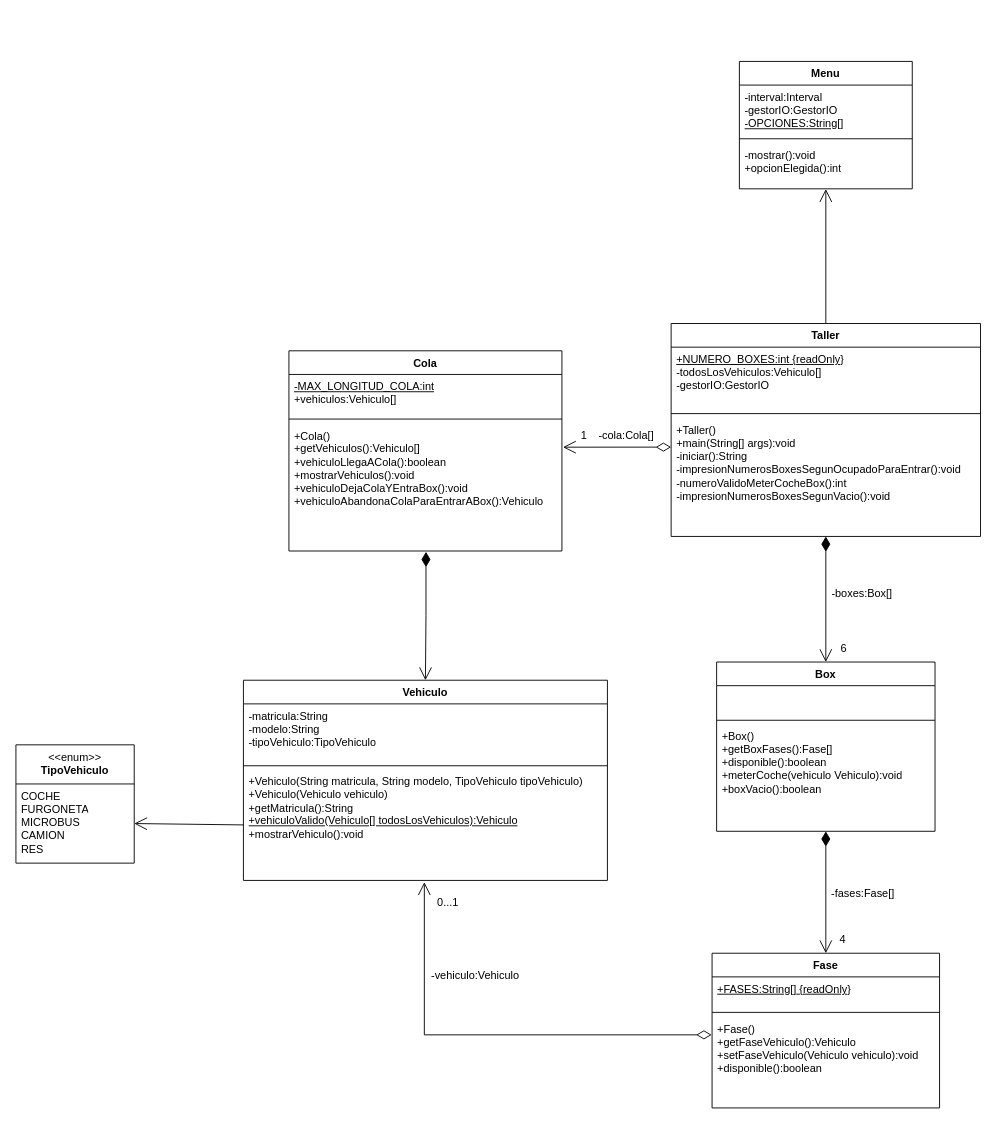
Above: programacion/UD7 - Introducción a la Programación Orientada a Objetos/U7Activitat3ARS/U7Activitat3ARS.drawio in albertorekena/daw-repo (draw.io), before the change. Source tidied: cells renumbered, new cells numbered last; positions are measured from the earlier drawing's top-left corner, leaving out a move shared by most shapes. Both pictures are drawn from the tidied source at 91%, with x=0, y=0 at pixel (15, 61).
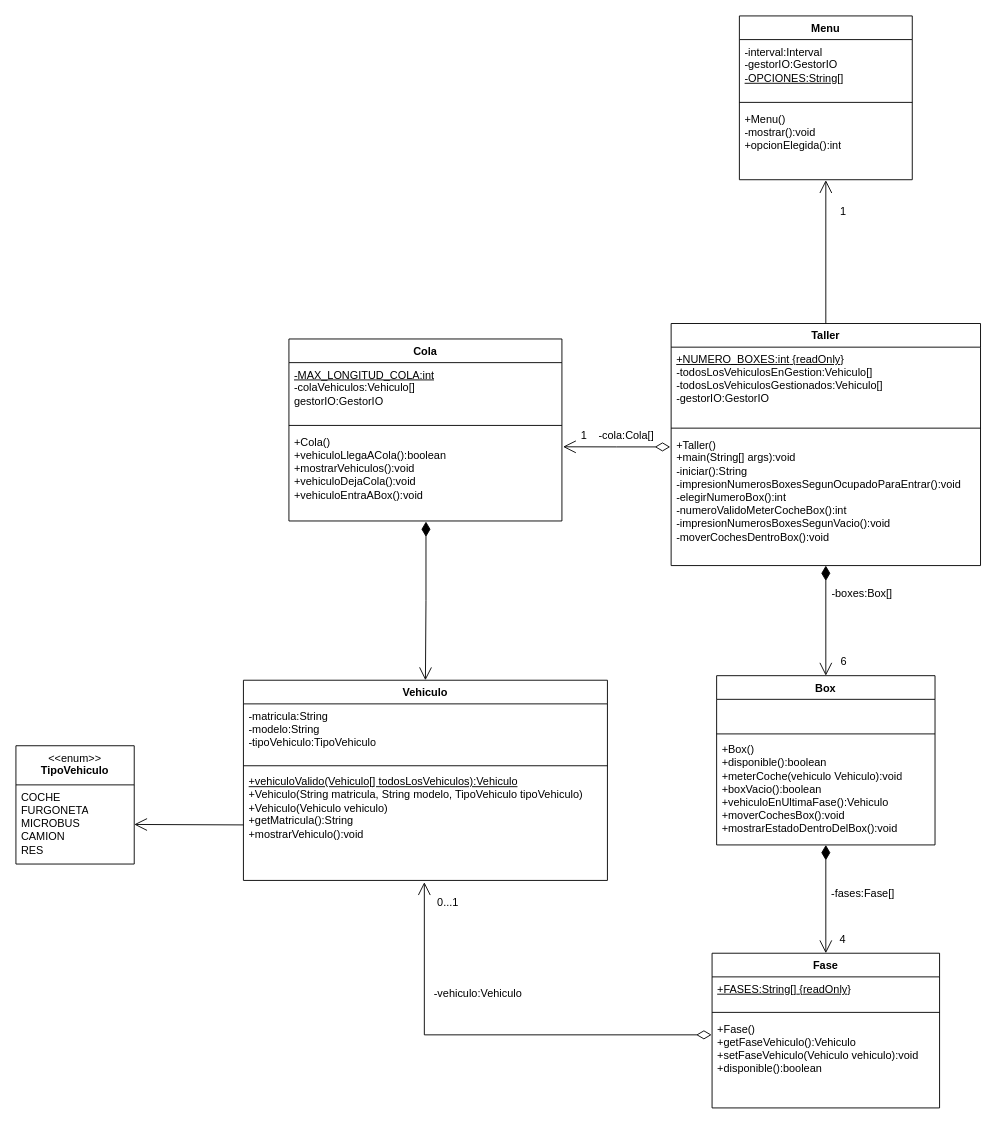
After the change.

Unchanged cells that the change refers to:
```xml
<mxCell id="17" value="Vehiculo" style="swimlane;fontStyle=1;align=center;verticalAlign=top;horizontal=1;startSize=26;whiteSpace=wrap;html=1;" parent="1" vertex="1">
  <mxGeometry x="250" y="680" width="400" height="220" as="geometry" />
</mxCell>
```

Diff of the diagram source:
```diff
@@
     <mxCell id="2" value="&lt;span style=&quot;font-weight: normal;&quot;&gt;&amp;lt;&amp;lt;enum&amp;gt;&amp;gt;&lt;br&gt;&lt;/span&gt;TipoVehiculo" style="swimlane;fontStyle=1;align=center;verticalAlign=top;horizontal=1;startSize=43;whiteSpace=wrap;html=1;" parent="1" vertex="1">
-      <mxGeometry y="751" width="130" height="130" as="geometry" />
+      <mxGeometry y="752" width="130" height="130" as="geometry" />
     </mxCell>
@@
     <mxCell id="9" value="Cola" style="swimlane;fontStyle=1;align=center;verticalAlign=top;horizontal=1;startSize=26;whiteSpace=wrap;html=1;" parent="1" vertex="1">
-      <mxGeometry x="300" y="318" width="300" height="220" as="geometry" />
+      <mxGeometry x="300" y="305" width="300" height="200" as="geometry" />
     </mxCell>
-    <mxCell id="10" value="&lt;u style=&quot;border-color: var(--border-color);&quot;&gt;-MAX_LONGITUD_COLA:int&lt;/u&gt;&lt;br&gt;+vehiculos:Vehiculo[]&lt;u&gt;&lt;br&gt;&lt;/u&gt;" style="text;strokeColor=none;fillColor=none;align=left;verticalAlign=top;spacingLeft=4;spacingRight=4;overflow=hidden;whiteSpace=wrap;html=1;" parent="9" vertex="1">
-      <mxGeometry y="26" width="300" height="44" as="geometry" />
+    <mxCell id="10" value="&lt;u style=&quot;border-color: var(--border-color);&quot;&gt;-MAX_LONGITUD_COLA:int&lt;/u&gt;&lt;br&gt;-colaVehiculos:Vehiculo[]&lt;br&gt;gestorIO:GestorIO&lt;u&gt;&lt;br&gt;&lt;/u&gt;" style="text;strokeColor=none;fillColor=none;align=left;verticalAlign=top;spacingLeft=4;spacingRight=4;overflow=hidden;whiteSpace=wrap;html=1;" parent="9" vertex="1">
+      <mxGeometry y="26" width="300" height="64" as="geometry" />
     </mxCell>
     <mxCell id="11" style="line;strokeWidth=1;fillColor=none;align=left;verticalAlign=middle;spacingTop=-1;spacingLeft=3;spacingRight=3;labelPosition=right;strokeColor=inherit;" parent="9" vertex="1">
-      <mxGeometry y="70" width="300" height="10" as="geometry" />
+      <mxGeometry y="90" width="300" height="10" as="geometry" />
     </mxCell>
-    <mxCell id="12" value="+Cola()&lt;br&gt;+getVehiculos():Vehiculo[]&lt;br&gt;+vehiculoLlegaACola():boolean&lt;br&gt;+mostrarVehiculos():void&lt;br&gt;+vehiculoDejaColaYEntraBox():void&lt;br&gt;+vehiculoAbandonaColaParaEntrarABox&lt;span style=&quot;background-color: initial;&quot;&gt;():Vehiculo&lt;/span&gt;" style="text;strokeColor=none;fillColor=none;align=left;verticalAlign=top;spacingLeft=4;spacingRight=4;overflow=hidden;points=[[0,0.5],[1,0.5]];portConstraint=eastwest;whiteSpace=wrap;html=1;" parent="9" vertex="1">
-      <mxGeometry y="80" width="300" height="140" as="geometry" />
+    <mxCell id="12" value="+Cola()&lt;br&gt;+vehiculoLlegaACola():boolean&lt;br&gt;+mostrarVehiculos():void&lt;br&gt;+vehiculoDejaCola():void&lt;br&gt;+vehiculoEntraABox():void" style="text;strokeColor=none;fillColor=none;align=left;verticalAlign=top;spacingLeft=4;spacingRight=4;overflow=hidden;points=[[0,0.5],[1,0.5]];portConstraint=eastwest;whiteSpace=wrap;html=1;" parent="9" vertex="1">
+      <mxGeometry y="100" width="300" height="100" as="geometry" />
     </mxCell>
     <mxCell id="13" value="Box" style="swimlane;fontStyle=1;align=center;verticalAlign=top;horizontal=1;startSize=26;whiteSpace=wrap;html=1;" parent="1" vertex="1">
-      <mxGeometry x="770" y="660" width="240" height="186" as="geometry" />
+      <mxGeometry x="770" y="675" width="240" height="186" as="geometry" />
     </mxCell>
@@
-    <mxCell id="16" value="+Box()&lt;br&gt;+getBoxFases():Fase[]&lt;br&gt;+disponible():boolean&lt;br&gt;+meterCoche(vehiculo Vehiculo):void&lt;br&gt;+boxVacio():boolean" style="text;strokeColor=none;fillColor=none;align=left;verticalAlign=top;spacingLeft=4;spacingRight=4;overflow=hidden;points=[[0,0.5],[1,0.5]];portConstraint=eastwest;whiteSpace=wrap;html=1;" parent="13" vertex="1">
+    <mxCell id="16" value="+Box()&lt;br&gt;+disponible():boolean&lt;br&gt;+meterCoche(vehiculo Vehiculo):void&lt;br&gt;+boxVacio():boolean&lt;br&gt;+vehiculoEnUltimaFase():Vehiculo&lt;br&gt;+moverCochesBox():void&lt;br&gt;+mostrarEstadoDentroDelBox():void" style="text;strokeColor=none;fillColor=none;align=left;verticalAlign=top;spacingLeft=4;spacingRight=4;overflow=hidden;points=[[0,0.5],[1,0.5]];portConstraint=eastwest;whiteSpace=wrap;html=1;" parent="13" vertex="1">
       <mxGeometry y="68" width="240" height="118" as="geometry" />
     </mxCell>
@@
-    <mxCell id="20" value="+Vehiculo(String matricula, String modelo, TipoVehiculo tipoVehiculo)&lt;br&gt;+Vehiculo(Vehiculo vehiculo)&lt;br&gt;+getMatricula():String&lt;br&gt;&lt;u&gt;+vehiculoValido(Vehiculo[] todosLosVehiculos):Vehiculo&lt;/u&gt;&lt;br&gt;+mostrarVehiculo():void" style="text;strokeColor=none;fillColor=none;align=left;verticalAlign=top;spacingLeft=4;spacingRight=4;overflow=hidden;points=[[0,0.5],[1,0.5]];portConstraint=eastwest;whiteSpace=wrap;html=1;" parent="17" vertex="1">
+    <mxCell id="20" value="&lt;u style=&quot;border-color: var(--border-color);&quot;&gt;+vehiculoValido(Vehiculo[] todosLosVehiculos):Vehiculo&lt;/u&gt;&lt;br&gt;+Vehiculo(String matricula, String modelo, TipoVehiculo tipoVehiculo)&lt;br&gt;+Vehiculo(Vehiculo vehiculo)&lt;br&gt;+getMatricula():String&lt;br&gt;+mostrarVehiculo():void" style="text;strokeColor=none;fillColor=none;align=left;verticalAlign=top;spacingLeft=4;spacingRight=4;overflow=hidden;points=[[0,0.5],[1,0.5]];portConstraint=eastwest;whiteSpace=wrap;html=1;" parent="17" vertex="1">
       <mxGeometry y="98" width="400" height="122" as="geometry" />
     </mxCell>
@@
     <mxCell id="26" value="6" style="text;html=1;strokeColor=none;fillColor=none;align=center;verticalAlign=middle;whiteSpace=wrap;rounded=0;" parent="1" vertex="1">
-      <mxGeometry x="900" y="630" width="20" height="30" as="geometry" />
+      <mxGeometry x="900" y="645" width="20" height="30" as="geometry" />
     </mxCell>
     <mxCell id="27" value="-vehiculo:Vehiculo" style="text;html=1;strokeColor=none;fillColor=none;align=center;verticalAlign=middle;whiteSpace=wrap;rounded=0;" parent="1" vertex="1">
-      <mxGeometry x="450" y="990" width="110" height="30" as="geometry" />
+      <mxGeometry x="453" y="1010" width="110" height="30" as="geometry" />
     </mxCell>
@@
     <mxCell id="31" value="Menu" style="swimlane;fontStyle=1;align=center;verticalAlign=top;horizontal=1;startSize=26;whiteSpace=wrap;html=1;" parent="1" vertex="1">
-      <mxGeometry x="795" width="190" height="140" as="geometry" />
+      <mxGeometry x="795" y="-50" width="190" height="180" as="geometry" />
     </mxCell>
     <mxCell id="32" value="-interval:Interval&lt;br&gt;-gestorIO:GestorIO&lt;br&gt;&lt;u&gt;-OPCIONES:String[]&lt;/u&gt;" style="text;strokeColor=none;fillColor=none;align=left;verticalAlign=top;spacingLeft=4;spacingRight=4;overflow=hidden;whiteSpace=wrap;html=1;" parent="31" vertex="1">
-      <mxGeometry y="26" width="190" height="54" as="geometry" />
+      <mxGeometry y="26" width="190" height="64" as="geometry" />
     </mxCell>
     <mxCell id="33" style="line;strokeWidth=1;fillColor=none;align=left;verticalAlign=middle;spacingTop=-1;spacingLeft=3;spacingRight=3;labelPosition=right;strokeColor=inherit;" parent="31" vertex="1">
-      <mxGeometry y="80" width="190" height="10" as="geometry" />
+      <mxGeometry y="90" width="190" height="10" as="geometry" />
     </mxCell>
-    <mxCell id="34" value="-mostrar():void&lt;br&gt;+opcionElegida():int" style="text;strokeColor=none;fillColor=none;align=left;verticalAlign=top;spacingLeft=4;spacingRight=4;overflow=hidden;points=[[0,0.5],[1,0.5]];portConstraint=eastwest;whiteSpace=wrap;html=1;" parent="31" vertex="1">
-      <mxGeometry y="90" width="190" height="50" as="geometry" />
+    <mxCell id="34" value="+Menu()&lt;br&gt;-mostrar():void&lt;br&gt;+opcionElegida():int" style="text;strokeColor=none;fillColor=none;align=left;verticalAlign=top;spacingLeft=4;spacingRight=4;overflow=hidden;points=[[0,0.5],[1,0.5]];portConstraint=eastwest;whiteSpace=wrap;html=1;" parent="31" vertex="1">
+      <mxGeometry y="100" width="190" height="80" as="geometry" />
     </mxCell>
@@
     <mxCell id="38" value="Taller" style="swimlane;fontStyle=1;align=center;verticalAlign=top;horizontal=1;startSize=26;whiteSpace=wrap;html=1;" parent="1" vertex="1">
-      <mxGeometry x="720" y="288" width="340" height="234" as="geometry" />
+      <mxGeometry x="720" y="288" width="340" height="266" as="geometry" />
     </mxCell>
-    <mxCell id="39" value="&lt;span style=&quot;border-color: var(--border-color);&quot;&gt;&lt;u&gt;+NUMERO_BOXES:int&lt;/u&gt;&lt;/span&gt;&lt;u style=&quot;border-color: var(--border-color);&quot;&gt;&amp;nbsp;{readOnly}&lt;/u&gt;&lt;br&gt;-todosLosVehiculos:Vehiculo[]&lt;span style=&quot;border-color: var(--border-color);&quot;&gt;&lt;br&gt;-gestorIO:GestorIO&lt;br&gt;&lt;/span&gt;" style="text;strokeColor=none;fillColor=none;align=left;verticalAlign=top;spacingLeft=4;spacingRight=4;overflow=hidden;whiteSpace=wrap;html=1;" parent="38" vertex="1">
-      <mxGeometry y="26" width="340" height="68" as="geometry" />
+    <mxCell id="39" value="&lt;span style=&quot;border-color: var(--border-color);&quot;&gt;&lt;u&gt;+NUMERO_BOXES:int&lt;/u&gt;&lt;/span&gt;&lt;u style=&quot;border-color: var(--border-color);&quot;&gt;&amp;nbsp;{readOnly}&lt;/u&gt;&lt;br&gt;-todosLosVehiculosEnGestion:Vehiculo[]&lt;br&gt;&lt;span style=&quot;border-color: var(--border-color);&quot;&gt;-todosLosVehiculosGestionados:Vehiculo[]&lt;br&gt;-gestorIO:GestorIO&lt;br&gt;&lt;/span&gt;" style="text;strokeColor=none;fillColor=none;align=left;verticalAlign=top;spacingLeft=4;spacingRight=4;overflow=hidden;whiteSpace=wrap;html=1;" parent="38" vertex="1">
+      <mxGeometry y="26" width="340" height="84" as="geometry" />
     </mxCell>
     <mxCell id="40" style="line;strokeWidth=1;fillColor=none;align=left;verticalAlign=middle;spacingTop=-1;spacingLeft=3;spacingRight=3;labelPosition=right;strokeColor=inherit;" parent="38" vertex="1">
-      <mxGeometry y="94" width="340" height="10" as="geometry" />
+      <mxGeometry y="110" width="340" height="10" as="geometry" />
     </mxCell>
-    <mxCell id="41" value="+Taller()&lt;br style=&quot;border-color: var(--border-color);&quot;&gt;+main(String[] args):void&lt;br style=&quot;border-color: var(--border-color);&quot;&gt;-iniciar():String&lt;br&gt;-impresionNumerosBoxesSegunOcupadoParaEntrar():void&lt;br&gt;-numeroValidoMeterCocheBox():int&lt;br&gt;-impresionNumerosBoxesSegunVacio():void" style="text;strokeColor=none;fillColor=none;align=left;verticalAlign=top;spacingLeft=4;spacingRight=4;overflow=hidden;points=[[0,0.5],[1,0.5]];portConstraint=eastwest;whiteSpace=wrap;html=1;" parent="38" vertex="1">
-      <mxGeometry y="104" width="340" height="130" as="geometry" />
+    <mxCell id="41" value="+Taller()&lt;br style=&quot;border-color: var(--border-color);&quot;&gt;+main(String[] args):void&lt;br style=&quot;border-color: var(--border-color);&quot;&gt;-iniciar():String&lt;br&gt;-impresionNumerosBoxesSegunOcupadoParaEntrar():void&lt;br&gt;-elegirNumeroBox():int&lt;br&gt;-numeroValidoMeterCocheBox():int&lt;br&gt;-impresionNumerosBoxesSegunVacio():void&lt;br&gt;-moverCochesDentroBox():void" style="text;strokeColor=none;fillColor=none;align=left;verticalAlign=top;spacingLeft=4;spacingRight=4;overflow=hidden;points=[[0,0.5],[1,0.5]];portConstraint=eastwest;whiteSpace=wrap;html=1;" parent="38" vertex="1">
+      <mxGeometry y="120" width="340" height="146" as="geometry" />
     </mxCell>
-    <mxCell id="42" style="endArrow=open;html=1;endSize=12;startArrow=diamondThin;startSize=14;startFill=0;edgeStyle=orthogonalEdgeStyle;align=left;verticalAlign=bottom;rounded=0;entryX=1.004;entryY=0.185;entryDx=0;entryDy=0;entryPerimeter=0;exitX=0;exitY=0.245;exitDx=0;exitDy=0;exitPerimeter=0;" parent="1" edge="1" source="41" target="12">
+    <mxCell id="42" style="endArrow=open;html=1;endSize=12;startArrow=diamondThin;startSize=14;startFill=0;edgeStyle=orthogonalEdgeStyle;align=left;verticalAlign=bottom;rounded=0;entryX=1.004;entryY=0.185;entryDx=0;entryDy=0;entryPerimeter=0;exitX=-0.003;exitY=0.107;exitDx=0;exitDy=0;exitPerimeter=0;" parent="1" edge="1" source="41" target="12">
       <mxGeometry x="-1" y="3" relative="1" as="geometry" />
     </mxCell>
+    <mxCell id="43" value="1" style="text;html=1;strokeColor=none;fillColor=none;align=center;verticalAlign=middle;whiteSpace=wrap;rounded=0;" parent="1" vertex="1">
+      <mxGeometry x="898.5" y="150" width="21" height="30" as="geometry" />
+    </mxCell>
```
